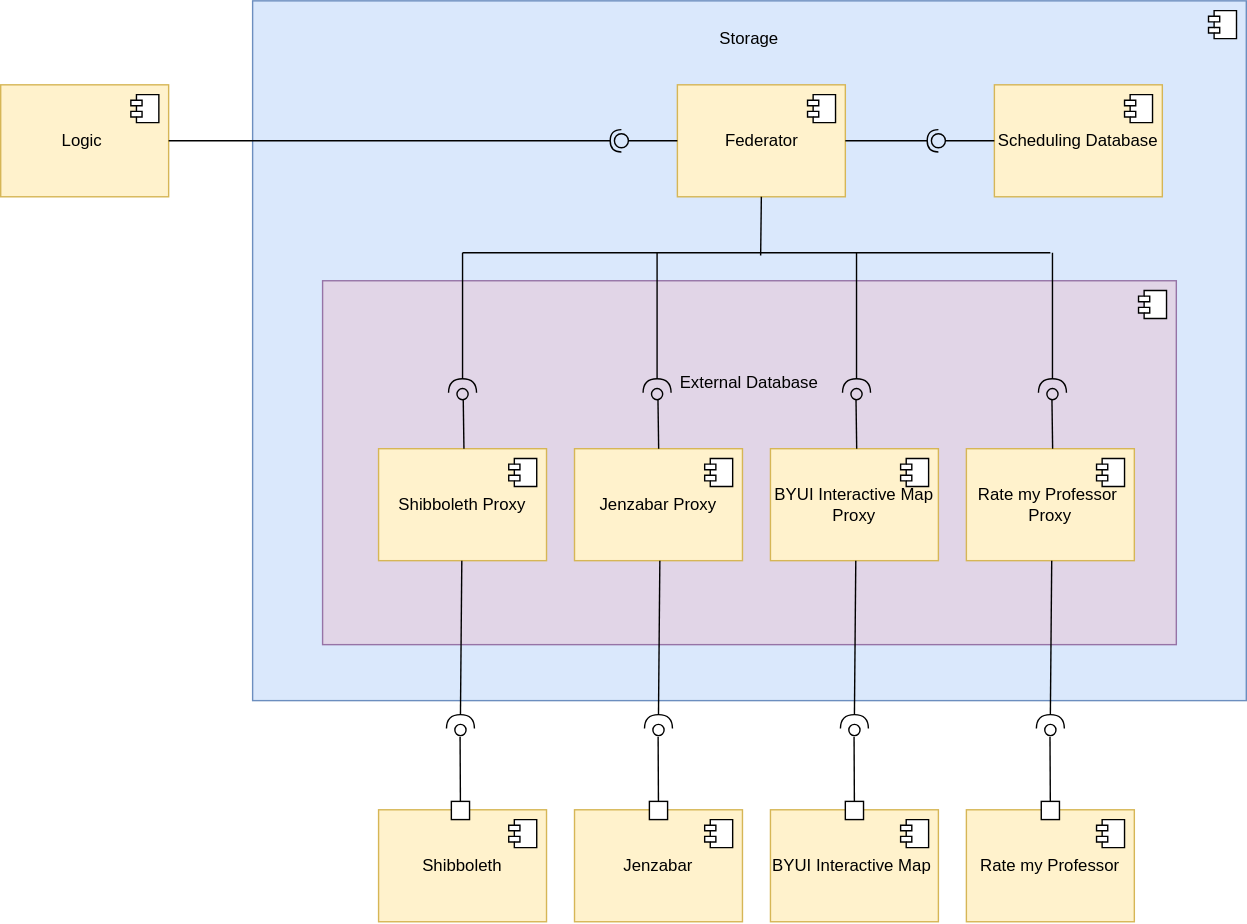
The draw.io diagram Storage/TeamOneFiles/component for External database.drawio.svg in MckennahPalmer/CSE430, before a commit. Source tidied: cells renumbered, new cells last; positions are measured from the earlier drawing's top-left corner, leaving out a move shared by most shapes.
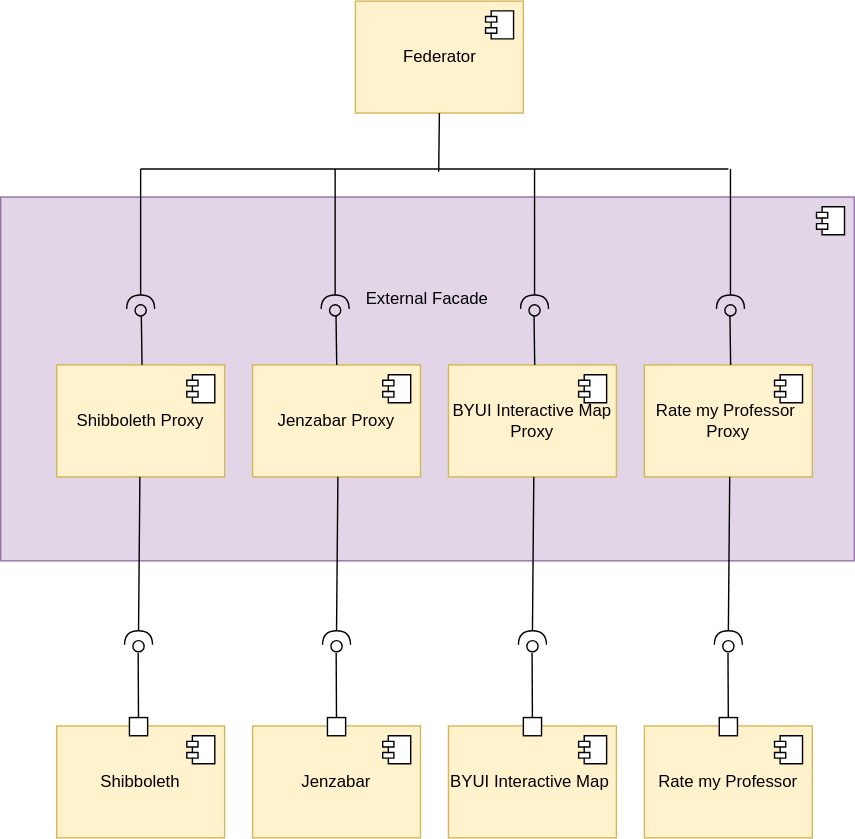
After the change.

The edit, as a diff of the source:
```diff
@@ -2,15 +2,7 @@
   <root>
     <mxCell id="0" />
     <mxCell id="1" parent="0" />
-    <mxCell id="2" value="&lt;p style=&quot;line-height: 120%;&quot;&gt;&lt;/p&gt;&lt;div style=&quot;text-align: left;&quot;&gt;Storage&lt;br&gt;&lt;br&gt;&lt;br&gt;&lt;br&gt;&lt;br&gt;&lt;br&gt;&lt;br&gt;&lt;br&gt;&lt;br&gt;&lt;br&gt;&lt;br&gt;&lt;br&gt;&lt;br&gt;&lt;br&gt;&lt;br&gt;&lt;br&gt;&lt;br&gt;&lt;br&gt;&lt;br&gt;&lt;br&gt;&lt;br&gt;&lt;br&gt;&lt;br&gt;&lt;br&gt;&lt;br&gt;&lt;br&gt;&lt;br&gt;&lt;br&gt;&lt;br&gt;&lt;br&gt;&lt;br&gt;&lt;br&gt;&lt;/div&gt;&lt;p&gt;&lt;/p&gt;" style="html=1;whiteSpace=wrap;fillColor=#dae8fc;strokeColor=#6c8ebf;align=center;" parent="1" vertex="1">
-      <mxGeometry x="180" width="710" height="500" as="geometry" />
-    </mxCell>
-    <mxCell id="3" style="shape=module;jettyWidth=8;jettyHeight=4;" parent="2" vertex="1">
-      <mxGeometry x="1" width="20" height="20" relative="1" as="geometry">
-        <mxPoint x="-27" y="7" as="offset" />
-      </mxGeometry>
-    </mxCell>
-    <mxCell id="4" value="&lt;p style=&quot;line-height: 120%;&quot;&gt;External Database&lt;br&gt;&lt;br&gt;&lt;br&gt;&lt;br&gt;&lt;br&gt;&lt;br&gt;&lt;br&gt;&lt;br&gt;&lt;br&gt;&lt;/p&gt;" style="html=1;whiteSpace=wrap;fillColor=#e1d5e7;strokeColor=#9673a6;align=center;" parent="1" vertex="1">
+    <mxCell id="4" value="&lt;p style=&quot;line-height: 120%;&quot;&gt;External Facade&lt;br&gt;&lt;br&gt;&lt;br&gt;&lt;br&gt;&lt;br&gt;&lt;br&gt;&lt;br&gt;&lt;br&gt;&lt;br&gt;&lt;/p&gt;" style="html=1;whiteSpace=wrap;fillColor=#e1d5e7;strokeColor=#9673a6;align=center;" parent="1" vertex="1">
       <mxGeometry x="230" y="200" width="610" height="260" as="geometry" />
     </mxCell>
     <mxCell id="5" style="shape=module;jettyWidth=8;jettyHeight=4;" parent="4" vertex="1">
@@ -237,49 +229,5 @@
         <mxPoint x="751.1" y="285" as="targetPoint" />
       </mxGeometry>
     </mxCell>
-    <mxCell id="62" value="Scheduling Database" style="html=1;whiteSpace=wrap;fillColor=#fff2cc;strokeColor=#d6b656;" parent="1" vertex="1">
-      <mxGeometry x="710" y="60" width="120" height="80" as="geometry" />
-    </mxCell>
-    <mxCell id="63" style="shape=module;jettyWidth=8;jettyHeight=4;" parent="62" vertex="1">
-      <mxGeometry x="1" width="20" height="20" relative="1" as="geometry">
-        <mxPoint x="-27" y="7" as="offset" />
-      </mxGeometry>
-    </mxCell>
-    <mxCell id="64" value="Logic&amp;nbsp;" style="html=1;whiteSpace=wrap;fillColor=#fff2cc;strokeColor=#d6b656;" parent="1" vertex="1">
-      <mxGeometry y="60" width="120" height="80" as="geometry" />
-    </mxCell>
-    <mxCell id="65" style="shape=module;jettyWidth=8;jettyHeight=4;" parent="64" vertex="1">
-      <mxGeometry x="1" width="20" height="20" relative="1" as="geometry">
-        <mxPoint x="-27" y="7" as="offset" />
-      </mxGeometry>
-    </mxCell>
-    <mxCell id="66" style="rounded=0;jettySize=auto;html=1;endArrow=halfCircle;endFill=0;endSize=6;strokeWidth=1;sketch=0;exitX=1;exitY=0.5;exitDx=0;exitDy=0;" parent="1" edge="1" source="42">
-      <mxGeometry relative="1" as="geometry">
-        <mxPoint x="670" y="100" as="targetPoint" />
-      </mxGeometry>
-    </mxCell>
-    <mxCell id="67" style="rounded=0;orthogonalLoop=1;jettySize=auto;html=1;endArrow=oval;endFill=0;sketch=0;sourcePerimeterSpacing=0;targetPerimeterSpacing=0;endSize=10;" parent="1" edge="1">
-      <mxGeometry relative="1" as="geometry">
-        <mxPoint x="710" y="100" as="sourcePoint" />
-        <mxPoint x="670" y="100" as="targetPoint" />
-      </mxGeometry>
-    </mxCell>
-    <mxCell id="68" style="ellipse;whiteSpace=wrap;html=1;align=center;fillColor=none;strokeColor=none;perimeter=centerPerimeter;" parent="1" vertex="1">
-      <mxGeometry x="645" y="95" width="10" height="10" as="geometry" />
-    </mxCell>
-    <mxCell id="69" style="rounded=0;jettySize=auto;html=1;endArrow=halfCircle;endFill=0;endSize=6;strokeWidth=1;sketch=0;exitX=1;exitY=0.5;exitDx=0;exitDy=0;" parent="1" edge="1" source="64">
-      <mxGeometry relative="1" as="geometry">
-        <mxPoint x="443.5" y="100" as="targetPoint" />
-      </mxGeometry>
-    </mxCell>
-    <mxCell id="70" style="rounded=0;orthogonalLoop=1;jettySize=auto;html=1;endArrow=oval;endFill=0;sketch=0;sourcePerimeterSpacing=0;targetPerimeterSpacing=0;endSize=10;" parent="1" edge="1">
-      <mxGeometry relative="1" as="geometry">
-        <mxPoint x="483.5" y="100" as="sourcePoint" />
-        <mxPoint x="443.5" y="100" as="targetPoint" />
-      </mxGeometry>
-    </mxCell>
-    <mxCell id="71" style="ellipse;whiteSpace=wrap;html=1;align=center;fillColor=none;strokeColor=none;perimeter=centerPerimeter;" parent="1" vertex="1">
-      <mxGeometry x="418.5" y="95" width="10" height="10" as="geometry" />
-    </mxCell>
   </root>
 </mxGraphModel>
```
